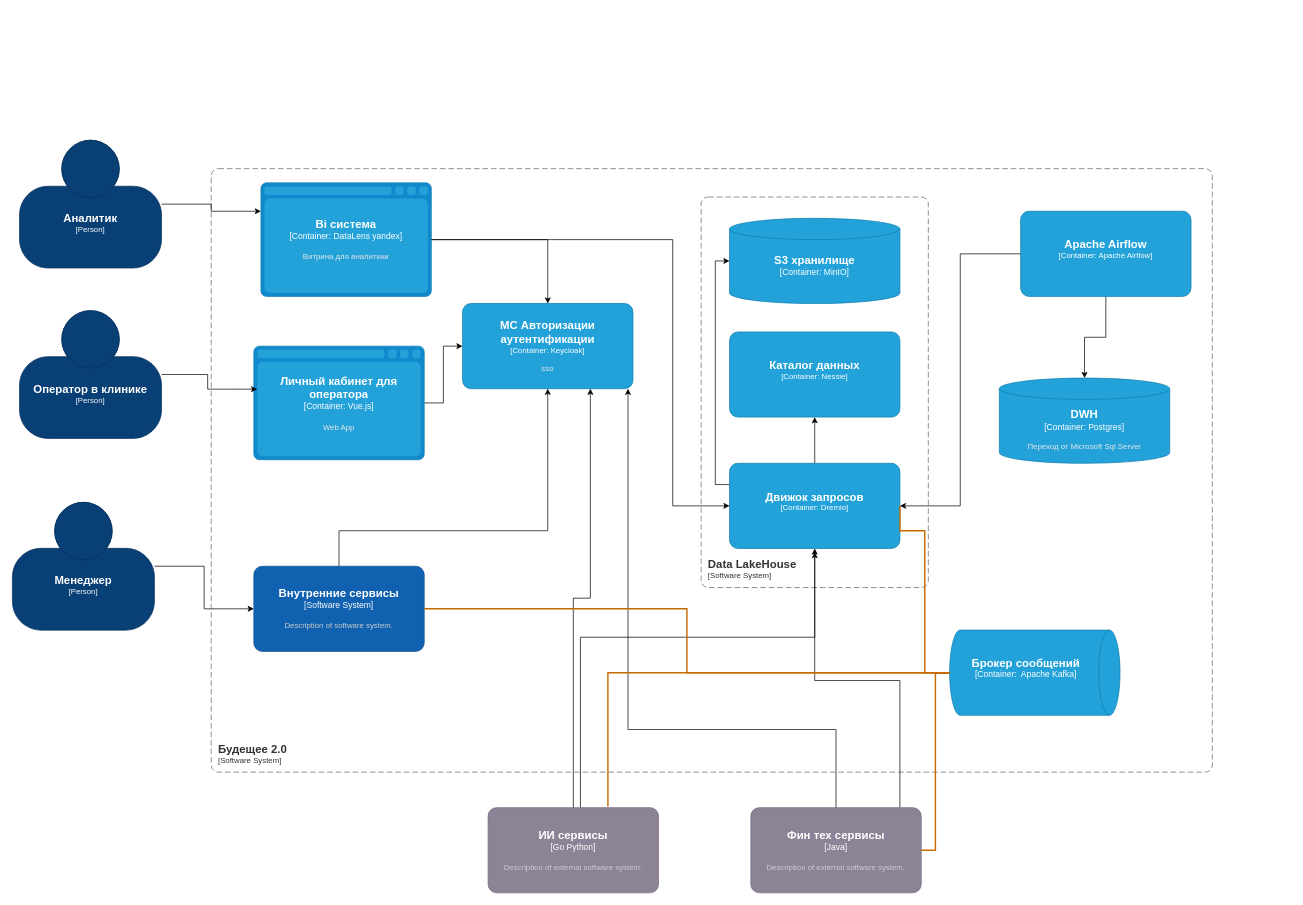
Earlier version of the draw.io diagram Exc1/С4.drawio (EgorovEvgen1991/architecture-sprint-11). Source tidied: cells renumbered, new cells numbered last; positions are measured from the earlier drawing's top-left corner, leaving out a move shared by most shapes. Both pictures are drawn from the tidied source at 71%, with x=0, y=0 at pixel (12, 140).
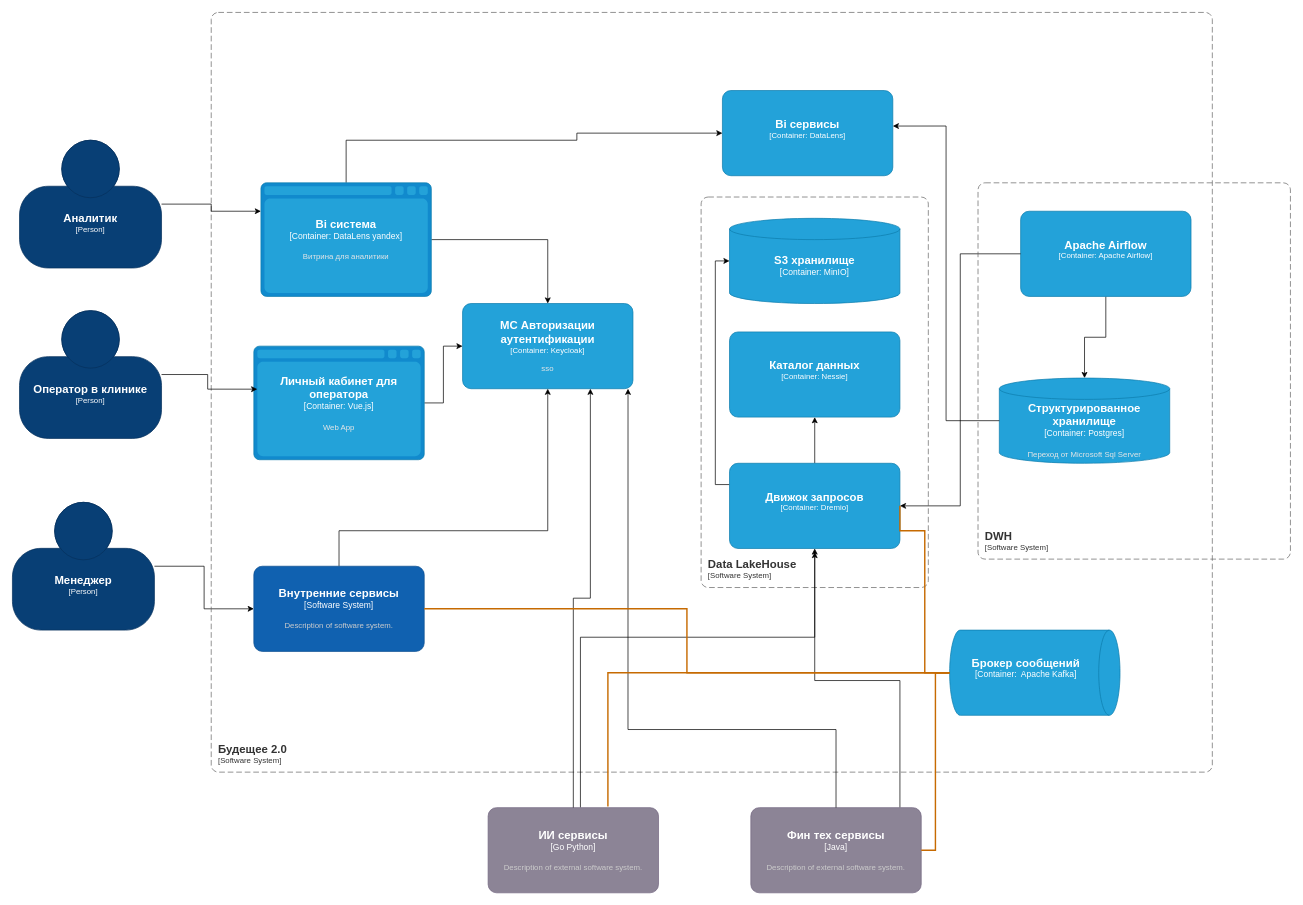
The same diagram, later.

The change refers to these unchanged cells:
```xml
<object id="9" label="&lt;font style=&quot;font-size: 16px&quot;&gt;&lt;b&gt;%c4Type%&lt;/b&gt;&lt;/font&gt;&lt;div&gt;[%c4Container%:&amp;nbsp;%c4Technology%]&lt;/div&gt;&lt;br&gt;&lt;div&gt;&lt;font style=&quot;font-size: 11px&quot;&gt;&lt;font color=&quot;#E6E6E6&quot;&gt;%c4Description%&lt;/font&gt;&lt;/div&gt;" c4Container="Container" c4Description="Витрина для аналитики" c4Technology="DataLens yandex" c4Type="Bi система" placeholders="1">
  <mxCell style="shape=mxgraph.c4.webBrowserContainer2;whiteSpace=wrap;html=1;boundedLbl=1;rounded=0;labelBackgroundColor=none;strokeColor=#118ACD;fillColor=#23A2D9;strokeColor=#118ACD;strokeColor2=#0E7DAD;fontSize=12;fontColor=#ffffff;align=center;points=[[0.5,0,0],[1,0.25,0],[1,0.5,0],[1,0.75,0],[0.5,1,0],[0,0.75,0],[0,0.5,0],[0,0.25,0]];" parent="1" vertex="1">
    <mxGeometry x="350" y="60" width="240" height="160" as="geometry" />
  </mxCell>
</object>
<object id="14" label="&lt;font style=&quot;font-size: 16px&quot;&gt;&lt;b&gt;%c4Name%&lt;/b&gt;&lt;/font&gt;&lt;div&gt;[%c4Type%: %c4Technology%]&lt;/div&gt;&lt;br&gt;&lt;div&gt;&lt;font style=&quot;font-size: 11px&quot;&gt;&lt;font color=&quot;#E6E6E6&quot;&gt;%c4Description%&lt;/font&gt;&lt;/div&gt;" c4Description="" c4Name="Движок запросов" c4Technology="Dremio" c4Type="Container" placeholders="1">
  <mxCell style="rounded=1;whiteSpace=wrap;html=1;fontSize=11;labelBackgroundColor=none;fillColor=#23A2D9;fontColor=#ffffff;align=center;arcSize=10;strokeColor=#0E7DAD;points=[[0.25,0,0],[0.5,0,0],[0.75,0,0],[1,0.25,0],[1,0.5,0],[1,0.75,0],[0.75,1,0],[0.5,1,0],[0.25,1,0],[0,0.75,0],[0,0.5,0],[0,0.25,0]];" parent="1" vertex="1">
    <mxGeometry x="1010" y="455" width="240" height="120" as="geometry" />
  </mxCell>
</object>
```

What changed in the source:
```diff
@@
     <object id="6" label="&lt;font style=&quot;font-size: 16px&quot;&gt;&lt;b&gt;&lt;div style=&quot;text-align: left&quot;&gt;%c4Name%&lt;/div&gt;&lt;/b&gt;&lt;/font&gt;&lt;div style=&quot;text-align: left&quot;&gt;[%c4Application%]&lt;/div&gt;" c4Application="Software System" c4Name="Будещее 2.0" placeholders="1">
       <mxCell style="rounded=1;fontSize=11;whiteSpace=wrap;html=1;dashed=1;arcSize=20;fillColor=none;strokeColor=#666666;fontColor=#333333;labelBackgroundColor=none;align=left;verticalAlign=bottom;labelBorderColor=none;spacingTop=0;spacing=10;dashPattern=8 4;perimeter=rectanglePerimeter;noLabel=0;labelPadding=0;absoluteArcSize=1;" parent="1" vertex="1">
-        <mxGeometry x="280" y="40" width="1410" height="850" as="geometry" />
+        <mxGeometry x="280" y="-180" width="1410" height="1070" as="geometry" />
       </mxCell>
     </object>
@@
+    <mxCell id="39" style="edgeStyle=orthogonalEdgeStyle;rounded=0;jettySize=auto;html=1;entryX=0;entryY=0.5;entryDx=0;entryDy=0;entryPerimeter=0;" parent="1" edge="1" source="9" target="40">
+      <mxGeometry relative="1" as="geometry">
+        <Array as="points">
+          <mxPoint x="470" />
+          <mxPoint x="795" />
+          <mxPoint x="795" y="-10" />
+        </Array>
+      </mxGeometry>
+    </mxCell>
@@
-    <object id="18" label="&lt;font style=&quot;font-size: 16px&quot;&gt;&lt;b&gt;%c4Type%&lt;/b&gt;&lt;/font&gt;&lt;div&gt;[%c4Container%:&amp;nbsp;%c4Technology%]&lt;/div&gt;&lt;br&gt;&lt;div&gt;&lt;font style=&quot;font-size: 11px&quot;&gt;&lt;font color=&quot;#E6E6E6&quot;&gt;%c4Description%&lt;/font&gt;&lt;/div&gt;" c4Container="Container" c4Description="Переход от Microsoft Sql Server" c4Technology="Postgres" c4Type="DWH" placeholders="1">
+    <object id="18" label="&lt;font style=&quot;font-size: 16px&quot;&gt;&lt;b&gt;%c4Type%&lt;/b&gt;&lt;/font&gt;&lt;div&gt;[%c4Container%:&amp;nbsp;%c4Technology%]&lt;/div&gt;&lt;br&gt;&lt;div&gt;&lt;font style=&quot;font-size: 11px&quot;&gt;&lt;font color=&quot;#E6E6E6&quot;&gt;%c4Description%&lt;/font&gt;&lt;/div&gt;" c4Container="Container" c4Description="Переход от Microsoft Sql Server" c4Technology="Postgres" c4Type="Структурированное хранилище" placeholders="1">
       <mxCell style="shape=cylinder3;size=15;whiteSpace=wrap;html=1;boundedLbl=1;rounded=0;labelBackgroundColor=none;fillColor=#23A2D9;fontSize=12;fontColor=#ffffff;align=center;strokeColor=#0E7DAD;points=[[0.5,0,0],[1,0.25,0],[1,0.5,0],[1,0.75,0],[0.5,1,0],[0,0.75,0],[0,0.5,0],[0,0.25,0]];" parent="1" vertex="1">
         <mxGeometry x="1390" y="335" width="240" height="120" as="geometry" />
       </mxCell>
     </object>
@@
-    <mxCell id="24" style="edgeStyle=orthogonalEdgeStyle;rounded=0;jettySize=auto;html=1;entryX=0;entryY=0.5;entryDx=0;entryDy=0;entryPerimeter=0;" parent="1" edge="1" source="9" target="14">
-      <mxGeometry relative="1" as="geometry">
-        <Array as="points">
-          <mxPoint x="930" y="140" />
-          <mxPoint x="930" y="515" />
-        </Array>
-      </mxGeometry>
-    </mxCell>
@@
+    <object id="40" label="&lt;font style=&quot;font-size: 16px&quot;&gt;&lt;b&gt;%c4Name%&lt;/b&gt;&lt;/font&gt;&lt;div&gt;[%c4Type%: %c4Technology%]&lt;/div&gt;&lt;br&gt;&lt;div&gt;&lt;font style=&quot;font-size: 11px&quot;&gt;&lt;font color=&quot;#E6E6E6&quot;&gt;%c4Description%&lt;/font&gt;&lt;/div&gt;" c4Description="" c4Name="Bi сервисы" c4Technology="DataLens" c4Type="Container" placeholders="1">
+      <mxCell style="rounded=1;whiteSpace=wrap;html=1;fontSize=11;labelBackgroundColor=none;fillColor=#23A2D9;fontColor=#ffffff;align=center;arcSize=10;strokeColor=#0E7DAD;points=[[0.25,0,0],[0.5,0,0],[0.75,0,0],[1,0.25,0],[1,0.5,0],[1,0.75,0],[0.75,1,0],[0.5,1,0],[0.25,1,0],[0,0.75,0],[0,0.5,0],[0,0.25,0]];" parent="1" vertex="1">
+        <mxGeometry x="1000" y="-70" width="240" height="120" as="geometry" />
+      </mxCell>
+    </object>
+    <object id="41" label="&lt;font style=&quot;font-size: 16px&quot;&gt;&lt;b&gt;&lt;div style=&quot;text-align: left&quot;&gt;%c4Name%&lt;/div&gt;&lt;/b&gt;&lt;/font&gt;&lt;div style=&quot;text-align: left&quot;&gt;[%c4Application%]&lt;/div&gt;" c4Application="Software System" c4Name="DWH" placeholders="1">
+      <mxCell style="rounded=1;fontSize=11;whiteSpace=wrap;html=1;dashed=1;arcSize=20;fillColor=none;strokeColor=#666666;fontColor=#333333;labelBackgroundColor=none;align=left;verticalAlign=bottom;labelBorderColor=none;spacingTop=0;spacing=10;dashPattern=8 4;perimeter=rectanglePerimeter;noLabel=0;labelPadding=0;absoluteArcSize=1;" parent="1" vertex="1">
+        <mxGeometry x="1360" y="60" width="440" height="530" as="geometry" />
+      </mxCell>
+    </object>
+    <mxCell id="42" style="edgeStyle=orthogonalEdgeStyle;rounded=0;jettySize=auto;html=1;entryX=1;entryY=0.417;entryDx=0;entryDy=0;entryPerimeter=0;" parent="1" edge="1" source="18" target="40">
+      <mxGeometry relative="1" as="geometry" />
+    </mxCell>
```
